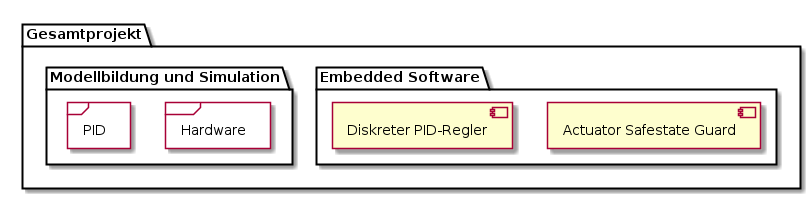
mainster/projectGalvoDocu keeps this PlantUML diagram as pics/diagrams/merged-diag_1.png. Above is the earlier version.
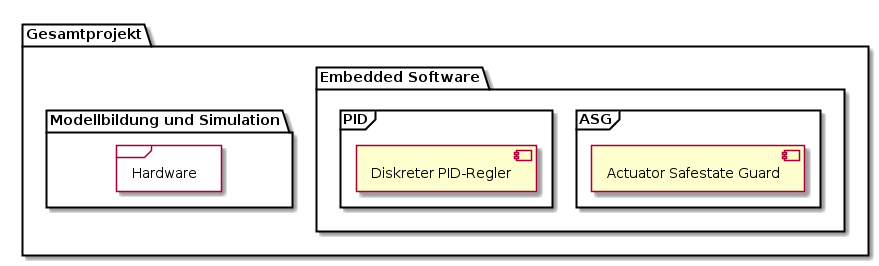
The same file after the commit.

The edit, as a diff of the source:
```diff
@@ -2,8 +2,12 @@
 skinparam componentStyle uml2
 package "Gesamtprojekt" {
     package "Embedded Software" {
-        [Actuator Safestate Guard]
-        [Diskreter PID-Regler]
+        frame "ASG" {
+            [Actuator Safestate Guard]
+        }
+        frame "PID" {
+            [Diskreter PID-Regler]
+        }
     }
     package "Modellbildung und Simulation" {
         frame "Hardware" {
```
